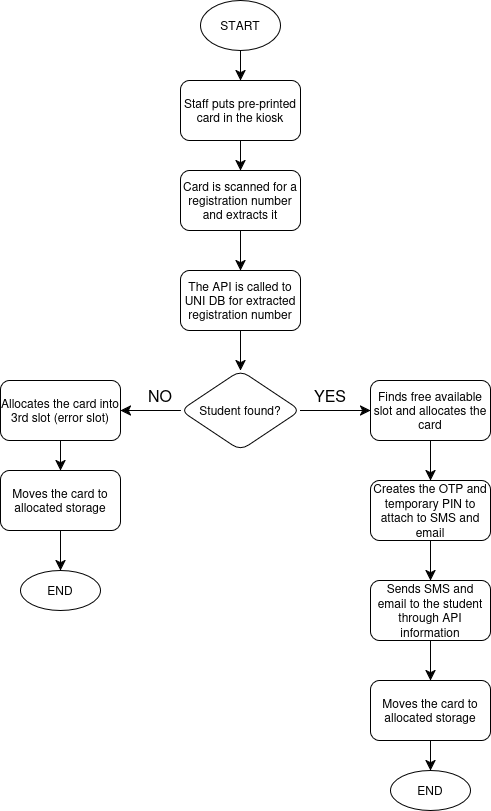
Earlier version of the draw.io export docs/official/staff-side-workflow.drawio.png (musyani-io/card-issuance-system). Source tidied: cells renumbered, new cells last; positions are measured from the earlier drawing's top-left corner, leaving out a move shared by most shapes.
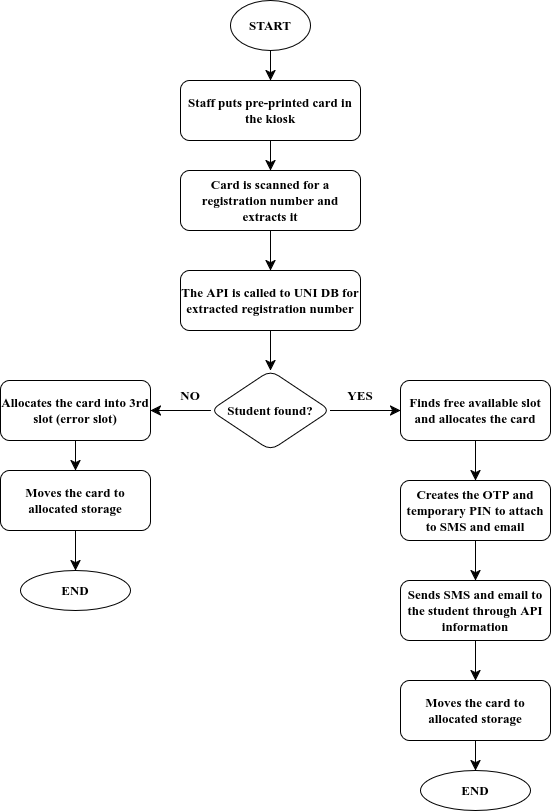
After the change.

Commit message:
docs: formated staff side workflow

Change to the diagram source:
```diff
@@ -2,86 +2,86 @@
   <root>
     <mxCell id="0" />
     <mxCell id="1" parent="0" />
-    <mxCell id="2" style="edgeStyle=none;curved=1;rounded=0;jettySize=auto;html=1;fontSize=12;startSize=8;endSize=8;" parent="1" edge="1" source="3" target="5">
+    <mxCell id="2" style="edgeStyle=none;curved=1;rounded=0;jettySize=auto;html=1;fontSize=13;startSize=8;endSize=8;fontFamily=Times New Roman;fontStyle=1;" parent="1" edge="1" source="3" target="5">
       <mxGeometry relative="1" as="geometry" />
     </mxCell>
-    <mxCell id="3" value="START" style="ellipse;whiteSpace=wrap;html=1;" parent="1" vertex="1">
+    <mxCell id="3" value="START" style="ellipse;whiteSpace=wrap;html=1;fontFamily=Times New Roman;fontSize=13;fontStyle=1;" parent="1" vertex="1">
       <mxGeometry x="200" width="80" height="50" as="geometry" />
     </mxCell>
-    <mxCell id="4" style="edgeStyle=none;curved=1;rounded=0;jettySize=auto;html=1;fontSize=12;startSize=8;endSize=8;" parent="1" edge="1" source="5" target="7">
+    <mxCell id="4" style="edgeStyle=none;curved=1;rounded=0;jettySize=auto;html=1;fontSize=13;startSize=8;endSize=8;fontFamily=Times New Roman;fontStyle=1;" parent="1" edge="1" source="5" target="7">
       <mxGeometry relative="1" as="geometry" />
     </mxCell>
-    <mxCell id="5" value="Staff puts pre-printed card in the kiosk" style="rounded=1;whiteSpace=wrap;html=1;" parent="1" vertex="1">
-      <mxGeometry x="180" y="80" width="120" height="60" as="geometry" />
+    <mxCell id="5" value="Staff puts pre-printed card in the kiosk" style="rounded=1;whiteSpace=wrap;html=1;fontFamily=Times New Roman;fontSize=13;fontStyle=1;" parent="1" vertex="1">
+      <mxGeometry x="150" y="80" width="180" height="60" as="geometry" />
     </mxCell>
-    <mxCell id="6" style="edgeStyle=none;curved=1;rounded=0;jettySize=auto;html=1;fontSize=12;startSize=8;endSize=8;" parent="1" edge="1" source="7" target="9">
+    <mxCell id="6" style="edgeStyle=none;curved=1;rounded=0;jettySize=auto;html=1;fontSize=13;startSize=8;endSize=8;fontFamily=Times New Roman;fontStyle=1;" parent="1" edge="1" source="7" target="9">
       <mxGeometry relative="1" as="geometry" />
     </mxCell>
-    <mxCell id="7" value="Card is scanned for a registration number and extracts it" style="rounded=1;whiteSpace=wrap;html=1;" parent="1" vertex="1">
-      <mxGeometry x="180" y="170" width="120" height="60" as="geometry" />
+    <mxCell id="7" value="Card is scanned for a registration number and extracts it" style="rounded=1;whiteSpace=wrap;html=1;fontFamily=Times New Roman;fontSize=13;fontStyle=1;" parent="1" vertex="1">
+      <mxGeometry x="150" y="170" width="180" height="60" as="geometry" />
     </mxCell>
-    <mxCell id="8" style="edgeStyle=none;curved=1;rounded=0;jettySize=auto;html=1;fontSize=12;startSize=8;endSize=8;" parent="1" edge="1" source="9" target="12">
+    <mxCell id="8" style="edgeStyle=none;curved=1;rounded=0;jettySize=auto;html=1;fontSize=13;startSize=8;endSize=8;fontFamily=Times New Roman;fontStyle=1;" parent="1" edge="1" source="9" target="12">
       <mxGeometry relative="1" as="geometry" />
     </mxCell>
-    <mxCell id="9" value="The API is called to UNI DB for extracted registration number" style="rounded=1;whiteSpace=wrap;html=1;" parent="1" vertex="1">
-      <mxGeometry x="180" y="270" width="120" height="60" as="geometry" />
+    <mxCell id="9" value="The API is called to UNI DB for extracted registration number" style="rounded=1;whiteSpace=wrap;html=1;fontFamily=Times New Roman;fontSize=13;fontStyle=1;" parent="1" vertex="1">
+      <mxGeometry x="150" y="270" width="180" height="60" as="geometry" />
     </mxCell>
-    <mxCell id="10" style="edgeStyle=none;curved=1;rounded=0;jettySize=auto;html=1;fontSize=12;startSize=8;endSize=8;" parent="1" edge="1" source="12" target="14">
+    <mxCell id="10" style="edgeStyle=none;curved=1;rounded=0;jettySize=auto;html=1;fontSize=13;startSize=8;endSize=8;fontFamily=Times New Roman;fontStyle=1;" parent="1" edge="1" source="12" target="14">
       <mxGeometry relative="1" as="geometry" />
     </mxCell>
-    <mxCell id="11" style="edgeStyle=none;curved=1;rounded=0;jettySize=auto;html=1;fontSize=12;startSize=8;endSize=8;" parent="1" edge="1" source="12" target="17">
+    <mxCell id="11" style="edgeStyle=none;curved=1;rounded=0;jettySize=auto;html=1;fontSize=13;startSize=8;endSize=8;fontFamily=Times New Roman;fontStyle=1;" parent="1" edge="1" source="12" target="17">
       <mxGeometry relative="1" as="geometry" />
     </mxCell>
-    <mxCell id="12" value="Student found?" style="rhombus;whiteSpace=wrap;html=1;rounded=1;" parent="1" vertex="1">
+    <mxCell id="12" value="Student found?" style="rhombus;whiteSpace=wrap;html=1;rounded=1;fontFamily=Times New Roman;fontSize=13;fontStyle=1;" parent="1" vertex="1">
       <mxGeometry x="180" y="370" width="120" height="80" as="geometry" />
     </mxCell>
-    <mxCell id="13" style="edgeStyle=none;curved=1;rounded=0;jettySize=auto;html=1;fontSize=12;startSize=8;endSize=8;" parent="1" edge="1" source="14" target="26">
+    <mxCell id="13" style="edgeStyle=none;curved=1;rounded=0;jettySize=auto;html=1;fontSize=13;startSize=8;endSize=8;fontFamily=Times New Roman;fontStyle=1;" parent="1" edge="1" source="14" target="26">
       <mxGeometry relative="1" as="geometry" />
     </mxCell>
-    <mxCell id="14" value="Allocates the card into 3rd slot (error slot)" style="rounded=1;whiteSpace=wrap;html=1;" parent="1" vertex="1">
-      <mxGeometry y="380" width="120" height="60" as="geometry" />
+    <mxCell id="14" value="Allocates the card into 3rd slot (error slot)" style="rounded=1;whiteSpace=wrap;html=1;fontFamily=Times New Roman;fontSize=13;fontStyle=1;" parent="1" vertex="1">
+      <mxGeometry x="-30" y="380" width="150" height="60" as="geometry" />
     </mxCell>
-    <mxCell id="15" value="NO" style="text;html=1;whiteSpace=wrap;strokeColor=none;fillColor=none;align=center;verticalAlign=middle;rounded=0;fontSize=16;" parent="1" vertex="1">
+    <mxCell id="15" value="NO" style="text;html=1;whiteSpace=wrap;strokeColor=none;fillColor=none;align=center;verticalAlign=middle;rounded=0;fontSize=13;fontFamily=Times New Roman;fontStyle=1;" parent="1" vertex="1">
       <mxGeometry x="130" y="380" width="60" height="30" as="geometry" />
     </mxCell>
-    <mxCell id="16" style="edgeStyle=none;curved=1;rounded=0;jettySize=auto;html=1;fontSize=12;startSize=8;endSize=8;" parent="1" edge="1" source="17" target="20">
+    <mxCell id="16" style="edgeStyle=none;curved=1;rounded=0;jettySize=auto;html=1;fontSize=13;startSize=8;endSize=8;fontFamily=Times New Roman;fontStyle=1;" parent="1" edge="1" source="17" target="20">
       <mxGeometry relative="1" as="geometry" />
     </mxCell>
-    <mxCell id="17" value="Finds free available slot and allocates the card" style="whiteSpace=wrap;html=1;rounded=1;" parent="1" vertex="1">
-      <mxGeometry x="370" y="380" width="120" height="60" as="geometry" />
+    <mxCell id="17" value="Finds free available slot and allocates the card" style="whiteSpace=wrap;html=1;rounded=1;fontFamily=Times New Roman;fontSize=13;fontStyle=1;" parent="1" vertex="1">
+      <mxGeometry x="370" y="380" width="150" height="60" as="geometry" />
     </mxCell>
-    <mxCell id="18" value="YES" style="text;html=1;whiteSpace=wrap;strokeColor=none;fillColor=none;align=center;verticalAlign=middle;rounded=0;fontSize=16;" parent="1" vertex="1">
+    <mxCell id="18" value="YES" style="text;html=1;whiteSpace=wrap;strokeColor=none;fillColor=none;align=center;verticalAlign=middle;rounded=0;fontSize=13;fontFamily=Times New Roman;fontStyle=1;" parent="1" vertex="1">
       <mxGeometry x="300" y="380" width="60" height="30" as="geometry" />
     </mxCell>
-    <mxCell id="19" style="edgeStyle=none;curved=1;rounded=0;jettySize=auto;html=1;fontSize=12;startSize=8;endSize=8;" parent="1" edge="1" source="20" target="22">
+    <mxCell id="19" style="edgeStyle=none;curved=1;rounded=0;jettySize=auto;html=1;fontSize=13;startSize=8;endSize=8;fontFamily=Times New Roman;fontStyle=1;" parent="1" edge="1" source="20" target="22">
       <mxGeometry relative="1" as="geometry" />
     </mxCell>
-    <mxCell id="20" value="Creates the OTP and temporary PIN to attach to SMS and email" style="rounded=1;whiteSpace=wrap;html=1;" parent="1" vertex="1">
-      <mxGeometry x="370" y="480" width="120" height="60" as="geometry" />
+    <mxCell id="20" value="Creates the OTP and temporary PIN to attach to SMS and email" style="rounded=1;whiteSpace=wrap;html=1;fontFamily=Times New Roman;fontSize=13;fontStyle=1;" parent="1" vertex="1">
+      <mxGeometry x="370" y="480" width="150" height="60" as="geometry" />
     </mxCell>
-    <mxCell id="21" style="edgeStyle=none;curved=1;rounded=0;jettySize=auto;html=1;fontSize=12;startSize=8;endSize=8;" parent="1" edge="1" source="22" target="24">
+    <mxCell id="21" style="edgeStyle=none;curved=1;rounded=0;jettySize=auto;html=1;fontSize=13;startSize=8;endSize=8;fontFamily=Times New Roman;fontStyle=1;" parent="1" edge="1" source="22" target="24">
       <mxGeometry relative="1" as="geometry" />
     </mxCell>
-    <mxCell id="22" value="Sends SMS and email to the student through API information" style="rounded=1;whiteSpace=wrap;html=1;" parent="1" vertex="1">
-      <mxGeometry x="370" y="580" width="120" height="60" as="geometry" />
+    <mxCell id="22" value="Sends SMS and email to the student through API information" style="rounded=1;whiteSpace=wrap;html=1;fontFamily=Times New Roman;fontSize=13;fontStyle=1;" parent="1" vertex="1">
+      <mxGeometry x="370" y="580" width="150" height="60" as="geometry" />
     </mxCell>
-    <mxCell id="23" style="edgeStyle=none;curved=1;rounded=0;jettySize=auto;html=1;fontSize=12;startSize=8;endSize=8;" parent="1" edge="1" source="24" target="28">
+    <mxCell id="23" style="edgeStyle=none;curved=1;rounded=0;jettySize=auto;html=1;fontSize=13;startSize=8;endSize=8;fontFamily=Times New Roman;fontStyle=1;" parent="1" edge="1" source="24" target="28">
       <mxGeometry relative="1" as="geometry" />
     </mxCell>
-    <mxCell id="24" value="Moves the card to allocated storage" style="rounded=1;whiteSpace=wrap;html=1;" parent="1" vertex="1">
-      <mxGeometry x="370" y="680" width="120" height="60" as="geometry" />
+    <mxCell id="24" value="Moves the card to allocated storage" style="rounded=1;whiteSpace=wrap;html=1;fontFamily=Times New Roman;fontSize=13;fontStyle=1;" parent="1" vertex="1">
+      <mxGeometry x="370" y="680" width="150" height="60" as="geometry" />
     </mxCell>
-    <mxCell id="25" style="edgeStyle=none;curved=1;rounded=0;jettySize=auto;html=1;fontSize=12;startSize=8;endSize=8;" parent="1" edge="1" source="26" target="27">
+    <mxCell id="25" style="edgeStyle=none;curved=1;rounded=0;jettySize=auto;html=1;fontSize=13;startSize=8;endSize=8;fontFamily=Times New Roman;fontStyle=1;" parent="1" edge="1" source="26" target="27">
       <mxGeometry relative="1" as="geometry" />
     </mxCell>
-    <mxCell id="26" value="Moves the card to allocated storage" style="rounded=1;whiteSpace=wrap;html=1;" parent="1" vertex="1">
-      <mxGeometry y="470" width="120" height="60" as="geometry" />
+    <mxCell id="26" value="Moves the card to allocated storage" style="rounded=1;whiteSpace=wrap;html=1;fontFamily=Times New Roman;fontSize=13;fontStyle=1;" parent="1" vertex="1">
+      <mxGeometry x="-30" y="470" width="150" height="60" as="geometry" />
     </mxCell>
-    <mxCell id="27" value="END" style="ellipse;whiteSpace=wrap;html=1;rounded=1;" parent="1" vertex="1">
-      <mxGeometry x="20" y="570" width="80" height="40" as="geometry" />
+    <mxCell id="27" value="END" style="ellipse;whiteSpace=wrap;html=1;rounded=1;fontFamily=Times New Roman;fontSize=13;fontStyle=1;" parent="1" vertex="1">
+      <mxGeometry x="-10" y="570" width="110" height="40" as="geometry" />
     </mxCell>
-    <mxCell id="28" value="END" style="ellipse;whiteSpace=wrap;html=1;rounded=1;" parent="1" vertex="1">
-      <mxGeometry x="390" y="770" width="80" height="40" as="geometry" />
+    <mxCell id="28" value="END" style="ellipse;whiteSpace=wrap;html=1;rounded=1;fontFamily=Times New Roman;fontSize=13;fontStyle=1;" parent="1" vertex="1">
+      <mxGeometry x="390" y="770" width="110" height="40" as="geometry" />
     </mxCell>
   </root>
 </mxGraphModel>
```
